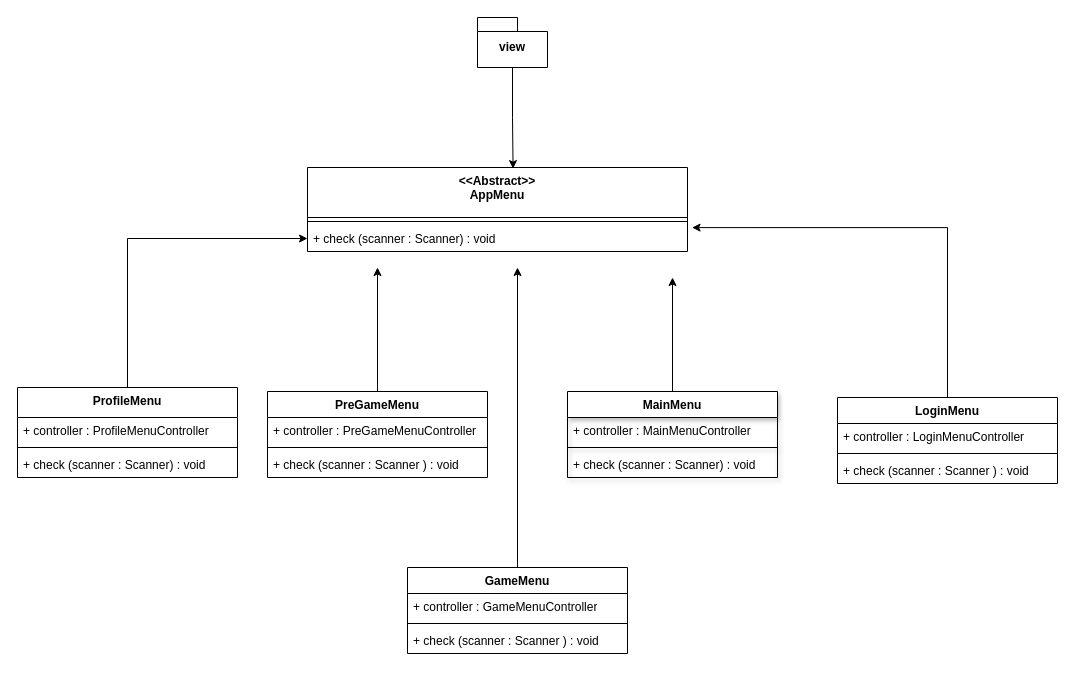
Earlier version of the draw.io diagram page "Page-3" (6 of 6) of Untitled Diagram.drawio.xml (Alimirzaei84/Gwent-online). Source tidied: cells renumbered, new cells numbered last; positions are measured from the earlier drawing's top-left corner, leaving out a move shared by most shapes. Both pictures are drawn from the tidied source at 100%, with x=0, y=0 at pixel (17, 17).
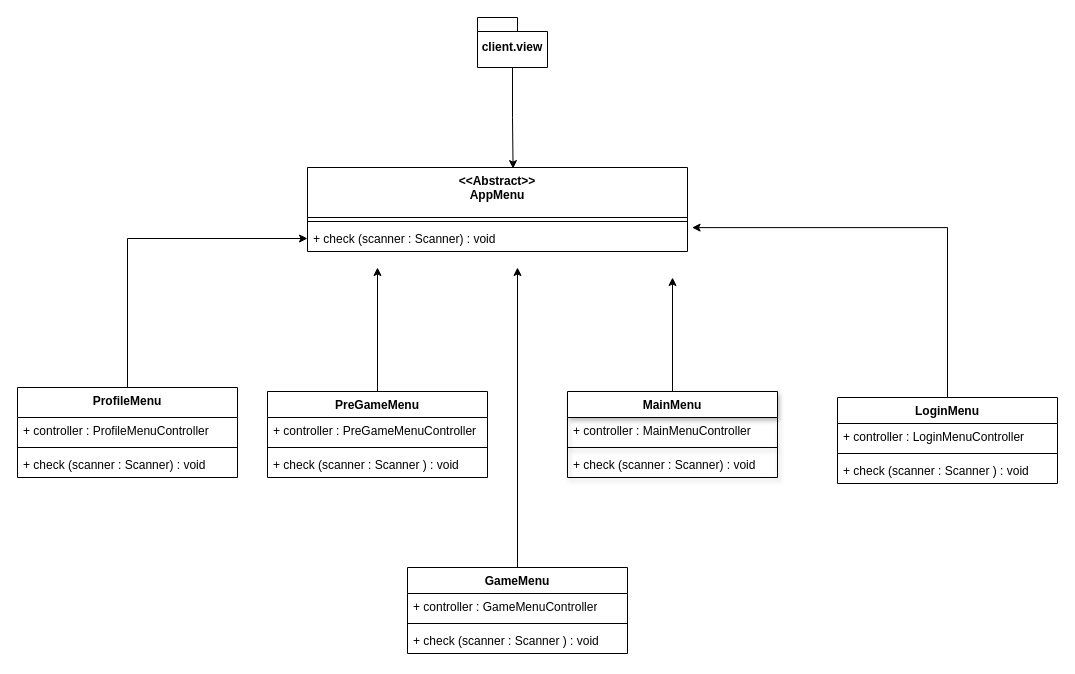
After the change.

Diff of the diagram source:
```diff
@@
-    <mxCell id="2" value="view" style="shape=folder;fontStyle=1;spacingTop=10;tabWidth=40;tabHeight=14;tabPosition=left;html=1;whiteSpace=wrap;" parent="1" vertex="1">
+    <mxCell id="2" value="client.view" style="shape=folder;fontStyle=1;spacingTop=10;tabWidth=40;tabHeight=14;tabPosition=left;html=1;whiteSpace=wrap;" parent="1" vertex="1">
       <mxGeometry x="460" width="70" height="50" as="geometry" />
     </mxCell>
```
